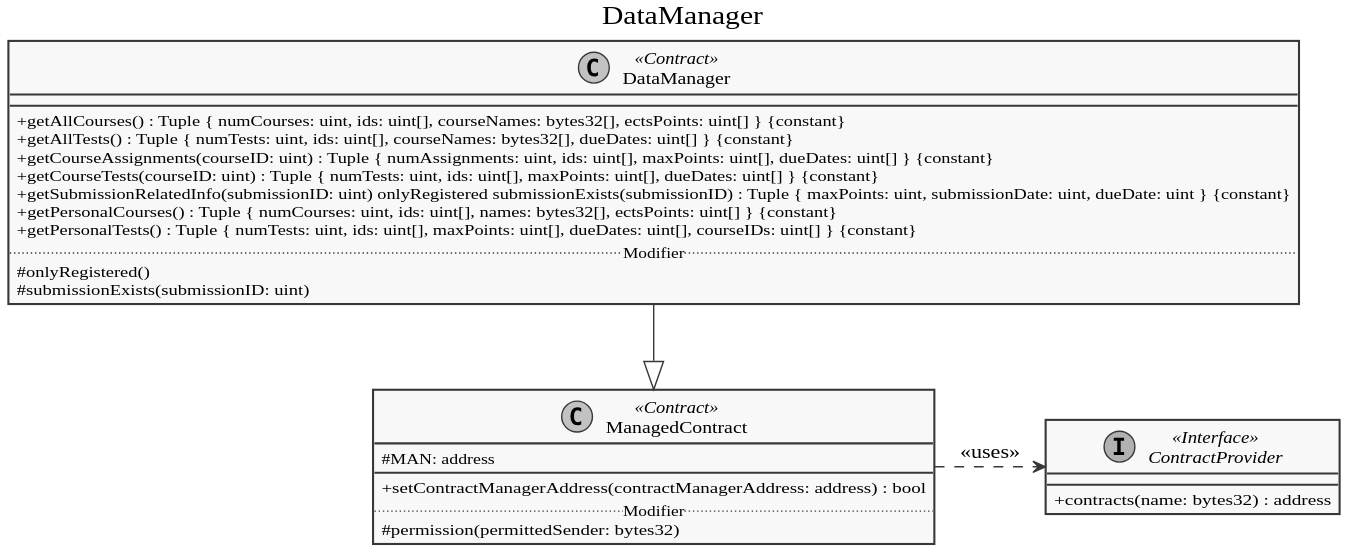
Earlier version of the PlantUML export doc/diagrams/export/contracts/datamanager.svg (dev-tee/blockpass). Source of this version:
```plantuml
@startuml


skinparam monochrome true
skinparam shadowing false
skinparam classAttributeIconSize 0
skinparam defaultFontName "Source Sans Pro Semibold"








title Owned

class Owned << Contract >> {
  +owner: address
  __
  +Owned()
  .. Modifier ..
  #onlyOwner()
}



title ContractProvider

interface ContractProvider << Interface >> {
  +contracts(name: bytes32) : address
}


title ContractManager

class ContractManager << Contract >> {
  +contracts: mapping {name: bytes32 => address}
  +addContract(contractName: bytes32, contractAddress: address) : bool {onlyOwner}
}

ContractManager -up-|> Owned

ContractManager .down.|> ContractProvider


title ManagedContract

class ManagedContract << Contract >> {
  #MAN: address
  __
  +setContractManagerAddress(contractManagerAddress: address) : bool
  .. Modifier ..
  #permission(permittedSender: bytes32)
}

ManagedContract .right.> ContractProvider : << uses >>
ManagedContract -up-> ContractManager

hide Owned


title DataManager

class DataManager << Contract >> {
  __
  +getAllCourses() : Tuple { numCourses: uint, ids: uint[], courseNames: bytes32[], ectsPoints: uint[] } {constant}
  +getAllTests() : Tuple { numTests: uint, ids: uint[], courseNames: bytes32[], dueDates: uint[] } {constant}
  +getCourseAssignments(courseID: uint) : Tuple { numAssignments: uint, ids: uint[], maxPoints: uint[], dueDates: uint[] } {constant}
  +getCourseTests(courseID: uint) : Tuple { numTests: uint, ids: uint[], maxPoints: uint[], dueDates: uint[] } {constant}
  +getSubmissionRelatedInfo(submissionID: uint) onlyRegistered submissionExists(submissionID) : Tuple { maxPoints: uint, submissionDate: uint, dueDate: uint } {constant}
  +getPersonalCourses() : Tuple { numCourses: uint, ids: uint[], names: bytes32[], ectsPoints: uint[] } {constant}
  +getPersonalTests() : Tuple { numTests: uint, ids: uint[], maxPoints: uint[], dueDates: uint[], courseIDs: uint[] } {constant}
  .. Modifier ..
  #onlyRegistered()
  #submissionExists(submissionID: uint)
}

DataManager -down-|> ManagedContract

hide ContractManager

@enduml
```
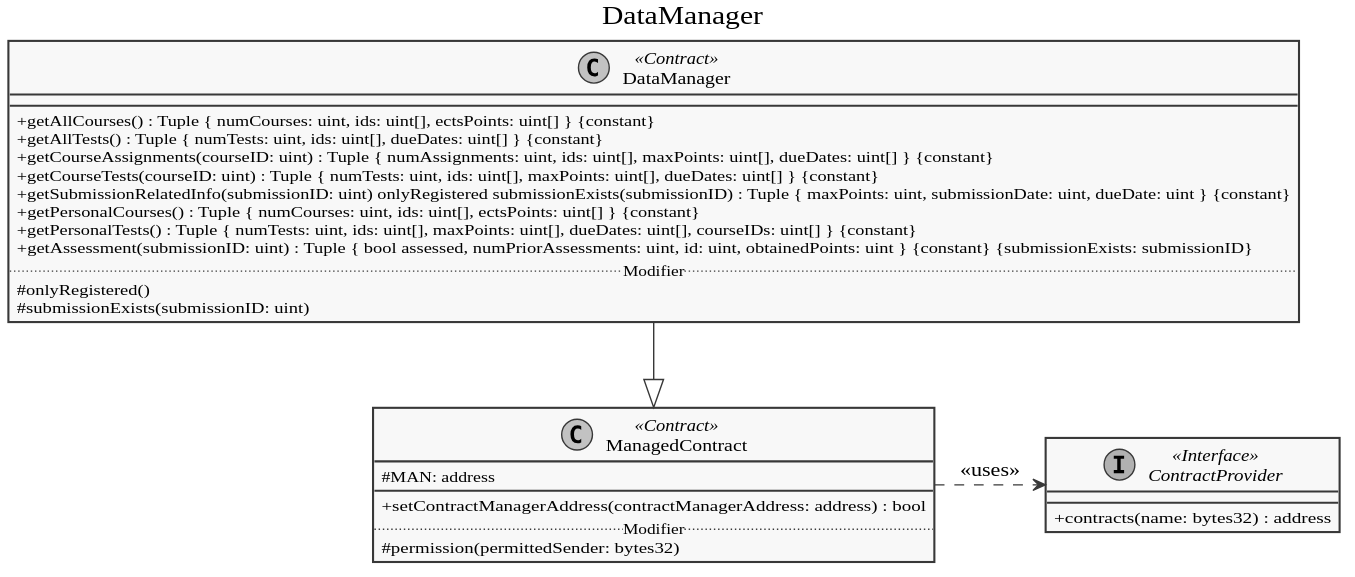
After the change.

Diff of the diagram source:
```diff
@@ -36,7 +36,7 @@
 
 class ContractManager << Contract >> {
   +contracts: mapping {name: bytes32 => address}
-  +addContract(contractName: bytes32, contractAddress: address) : bool {onlyOwner}
+  +setContract(contractName: bytes32, contractAddress: address) : bool {onlyOwner}
 }
 
 ContractManager -up-|> Owned
@@ -64,13 +64,14 @@
 
 class DataManager << Contract >> {
   __
-  +getAllCourses() : Tuple { numCourses: uint, ids: uint[], courseNames: bytes32[], ectsPoints: uint[] } {constant}
-  +getAllTests() : Tuple { numTests: uint, ids: uint[], courseNames: bytes32[], dueDates: uint[] } {constant}
+  +getAllCourses() : Tuple { numCourses: uint, ids: uint[], ectsPoints: uint[] } {constant}
+  +getAllTests() : Tuple { numTests: uint, ids: uint[], dueDates: uint[] } {constant}
   +getCourseAssignments(courseID: uint) : Tuple { numAssignments: uint, ids: uint[], maxPoints: uint[], dueDates: uint[] } {constant}
   +getCourseTests(courseID: uint) : Tuple { numTests: uint, ids: uint[], maxPoints: uint[], dueDates: uint[] } {constant}
   +getSubmissionRelatedInfo(submissionID: uint) onlyRegistered submissionExists(submissionID) : Tuple { maxPoints: uint, submissionDate: uint, dueDate: uint } {constant}
-  +getPersonalCourses() : Tuple { numCourses: uint, ids: uint[], names: bytes32[], ectsPoints: uint[] } {constant}
+  +getPersonalCourses() : Tuple { numCourses: uint, ids: uint[], ectsPoints: uint[] } {constant}
   +getPersonalTests() : Tuple { numTests: uint, ids: uint[], maxPoints: uint[], dueDates: uint[], courseIDs: uint[] } {constant}
+  +getAssessment(submissionID: uint) : Tuple { bool assessed, numPriorAssessments: uint, id: uint, obtainedPoints: uint } {constant} {submissionExists: submissionID}
   .. Modifier ..
   #onlyRegistered()
   #submissionExists(submissionID: uint)
```
